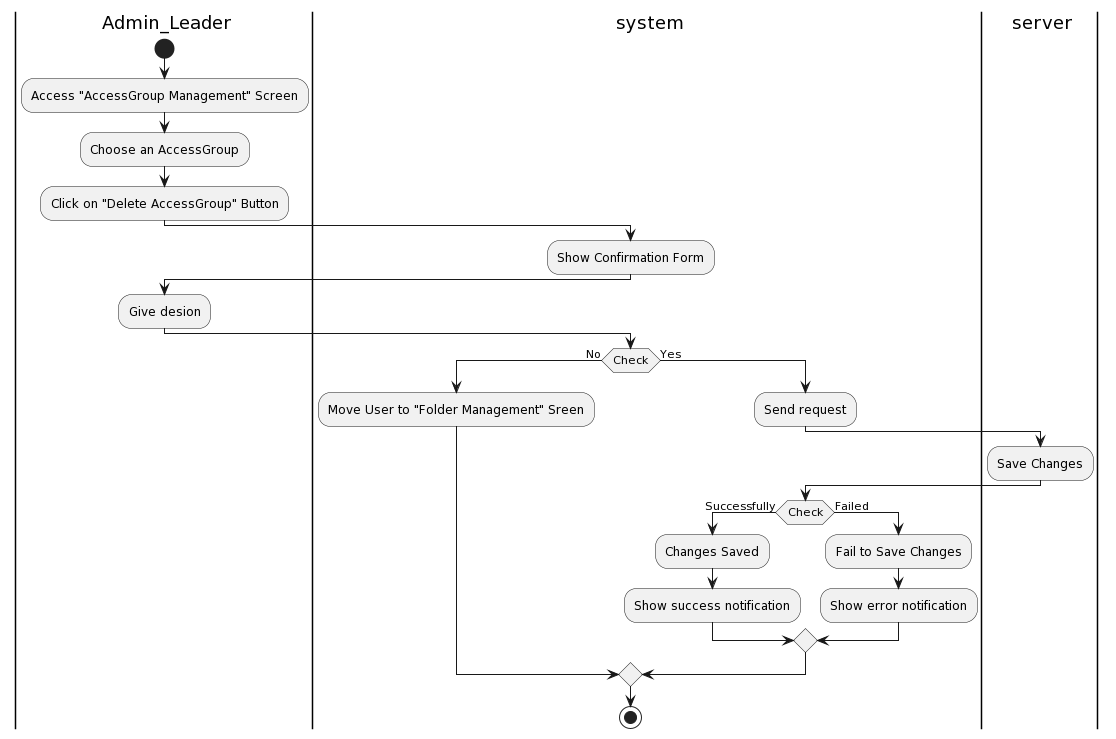
The PlantUML diagram Lab1/Lab1.2/Activity Diagram/SystemManagement/AccessGroupManagement/DeleteAccessGroup/DeleteAccessGroup.png in khoapham1003/SE357-Pratice-class, before a commit. The source it was exported from:
```plantuml
@startuml
|a| Admin_Leader
|sys| system
|ser| server
|a|
start
:Access "AccessGroup Management" Screen;
:Choose an AccessGroup;
:Click on "Delete AccessGroup" Button;
|sys|
:Show Confirmation Form;
|a|
:Give desion;
|sys|
if (Check) then (No)
:Move User to "Folder Management" Sreen;
else (Yes)
|sys|
:Send request;
|ser|
:Save Changes;
|sys|
if(Check) then (Successfully)
:Changes Saved;
:Show success notification;
else (Failed)
:Fail to Save Changes;
:Show error notification;
endif
endif
stop
@enduml
```
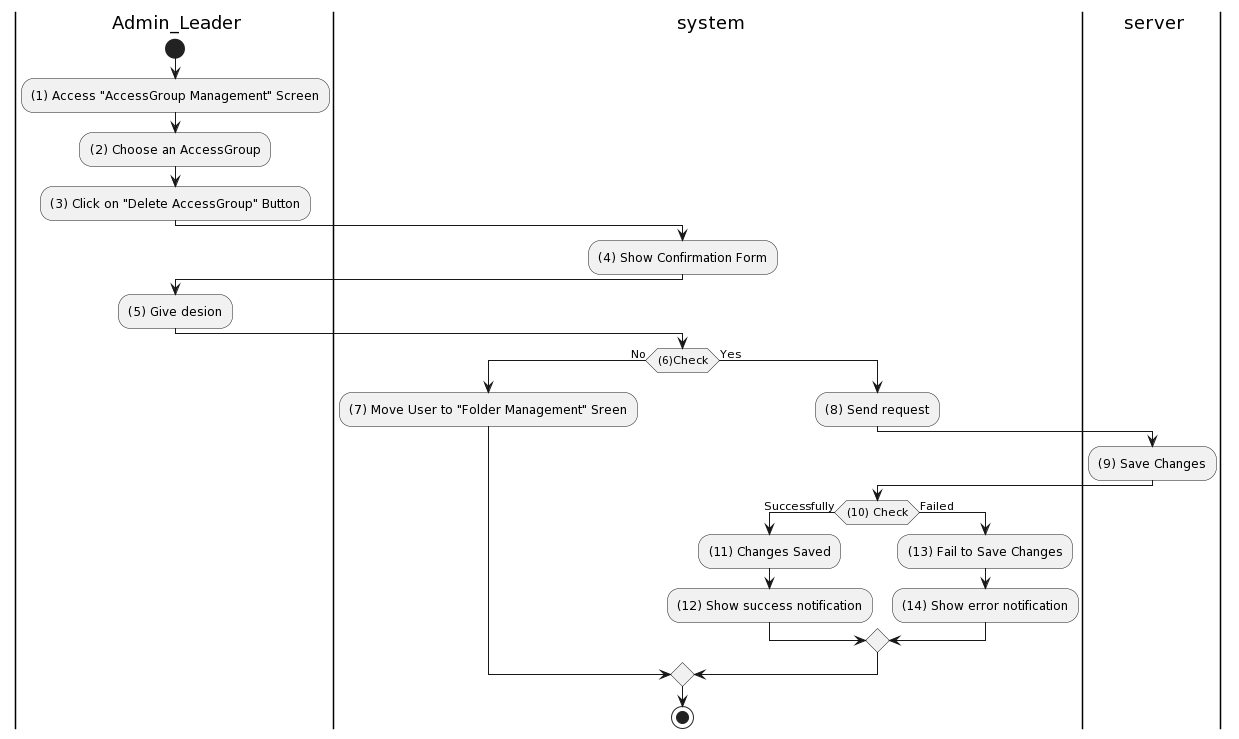
Later version of the same file.

Diff of the diagram source:
```diff
@@ -4,28 +4,28 @@
 |ser| server
 |a|
 start
-:Access "AccessGroup Management" Screen;
-:Choose an AccessGroup;
-:Click on "Delete AccessGroup" Button;
+:(1) Access "AccessGroup Management" Screen;
+:(2) Choose an AccessGroup;
+:(3) Click on "Delete AccessGroup" Button;
 |sys|
-:Show Confirmation Form;
+:(4) Show Confirmation Form;
 |a|
-:Give desion;
+:(5) Give desion;
 |sys|
-if (Check) then (No)
-:Move User to "Folder Management" Sreen;
+if ((6)Check) then (No)
+:(7) Move User to "Folder Management" Sreen;
 else (Yes)
 |sys|
-:Send request;
+:(8) Send request;
 |ser|
-:Save Changes;
+:(9) Save Changes;
 |sys|
-if(Check) then (Successfully)
-:Changes Saved;
-:Show success notification;
+if((10) Check) then (Successfully)
+:(11) Changes Saved;
+:(12) Show success notification;
 else (Failed)
-:Fail to Save Changes;
-:Show error notification;
+:(13) Fail to Save Changes;
+:(14) Show error notification;
 endif
 endif
 stop
```
